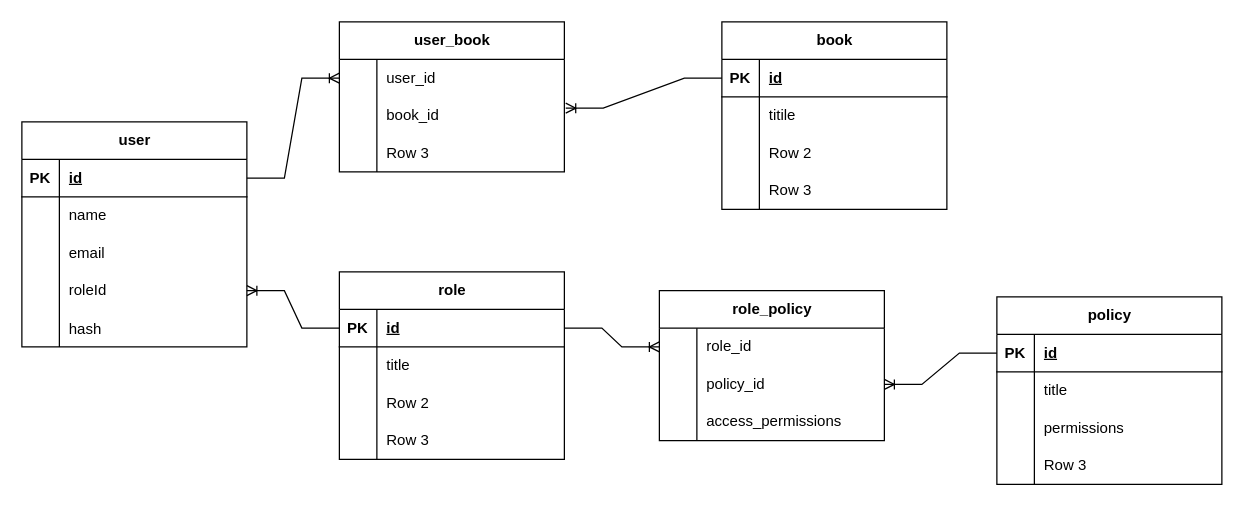
This is diagram/db-shema.drawio from SerhiiKuznietsov/book-directory, a draw.io file, before an edit. Source tidied: cells renumbered, new cells numbered last; positions are measured from the earlier drawing's top-left corner, leaving out a move shared by most shapes. Both pictures are drawn from the tidied source at 125%, with x=0, y=0 at pixel (21, 21).
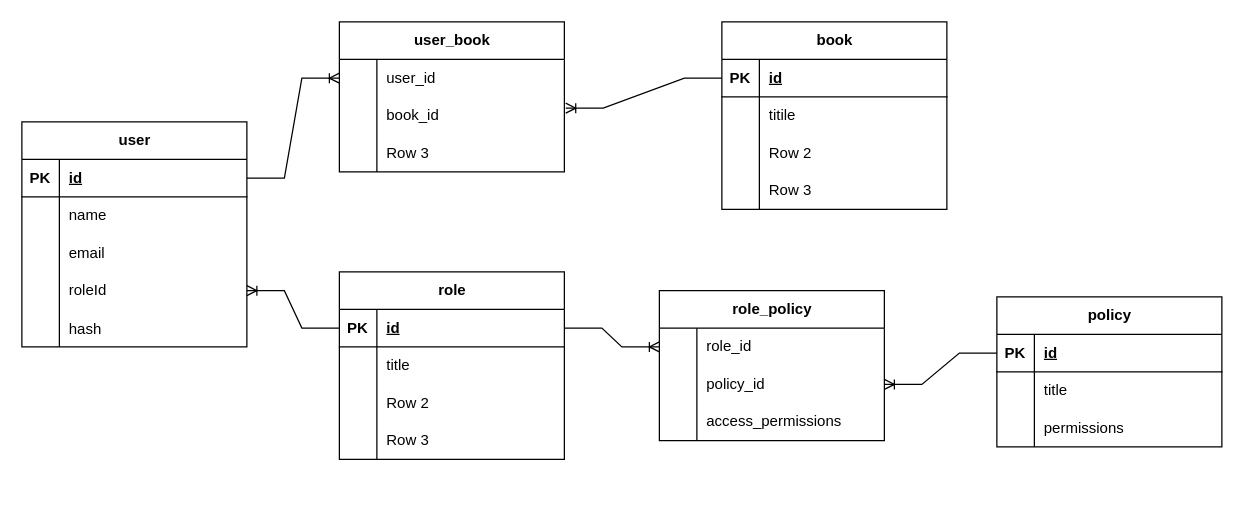
After the change.

What changed in the source:
```diff
@@
     <mxCell id="41" value="policy" style="shape=table;startSize=30;childLayout=tableLayout;rowLines=0;fontStyle=1;align=center;html=1;" parent="1" vertex="1">
-      <mxGeometry x="780" y="220" width="180" height="150" as="geometry" />
+      <mxGeometry x="780" y="220" width="180" height="120" as="geometry" />
     </mxCell>
@@
-    <mxCell id="51" style="shape=tableRow;horizontal=0;startSize=0;swimlaneHead=0;swimlaneBody=0;fillColor=none;top=0;left=0;right=0;bottom=0;" parent="41" vertex="1">
-      <mxGeometry y="120" width="180" height="30" as="geometry" />
-    </mxCell>
-    <mxCell id="52" style="shape=partialRectangle;fillColor=none;top=0;left=0;bottom=0;right=0;overflow=hidden;whiteSpace=wrap;html=1;" parent="51" vertex="1">
-      <mxGeometry width="30" height="30" as="geometry" />
-    </mxCell>
-    <mxCell id="53" value="Row 3" style="shape=partialRectangle;fillColor=none;top=0;left=0;bottom=0;right=0;align=left;spacingLeft=6;overflow=hidden;whiteSpace=wrap;html=1;" parent="51" vertex="1">
-      <mxGeometry x="30" width="150" height="30" as="geometry" />
-    </mxCell>
```
